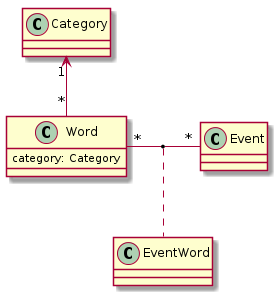
1920-3ahitm-itp/02-project-repositories-vokabellernprogramm keeps this PlantUML diagram as docs/images/CLD.png. Above is the earlier version. Its diagram source:
```plantuml
@startuml
class Word {
  category: Category
}
class Event
class EventWord
class Category

Word "*" -up-> "1" Category
Word "*" -right- "*" Event
(Word, Event) . EventWord
@enduml
```
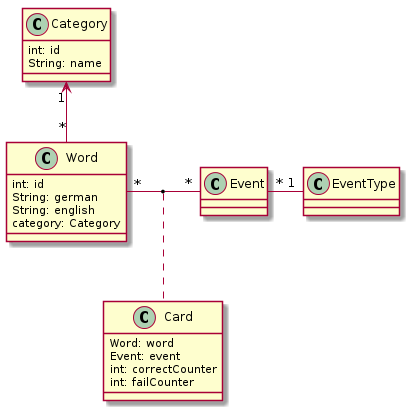
Above is the later version.

What changed in the source:
```diff
@@ -1,12 +1,25 @@
 @startuml
+class Category {
+  int: id
+  String: name
+}
 class Word {
+  int: id
+  String: german
+  String: english
   category: Category
 }
+class EventType
 class Event
-class EventWord
-class Category
+class Card {
+  Word: word
+  Event: event
+  int: correctCounter
+  int: failCounter
+}
 
 Word "*" -up-> "1" Category
 Word "*" -right- "*" Event
-(Word, Event) . EventWord
+(Word, Event) . Card
+Event "*" -right- "1" EventType
 @enduml
```
